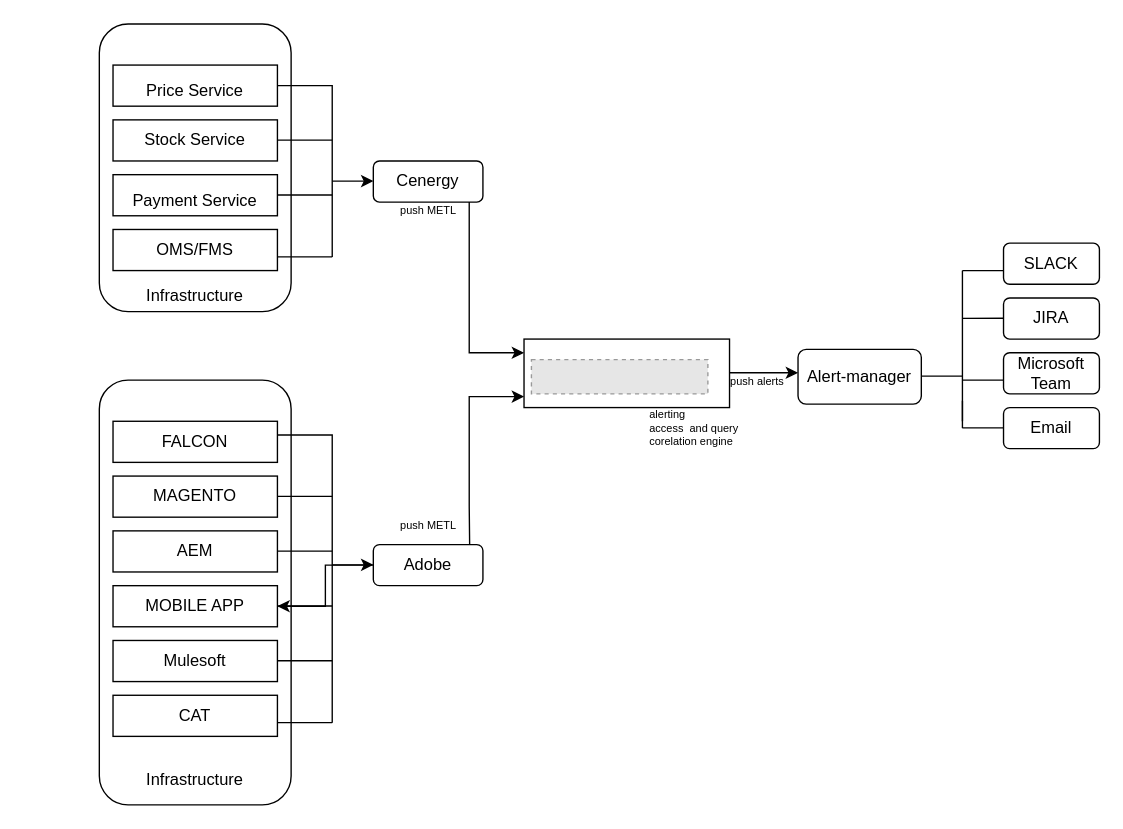
Above: Untitled Diagram.drawio in Panchanitcto/gocd (draw.io), before the change. Source tidied: cells renumbered, new cells numbered last; positions are measured from the earlier drawing's top-left corner, leaving out a move shared by most shapes. Both pictures are drawn from the tidied source at 137%, with x=0, y=0 at pixel (99, 23). Pictures stored in the file or linked from it are replaced by grey dashed boxes.
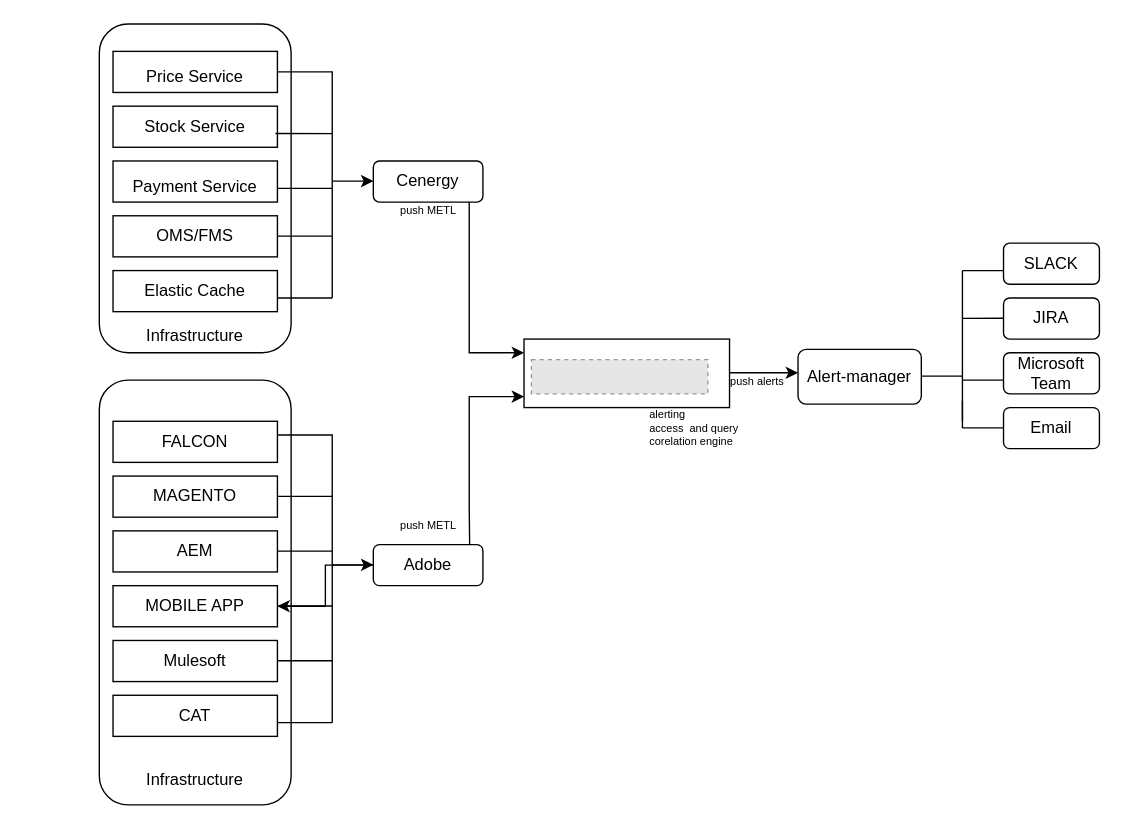
The same page after the edit.

Diff of the diagram source:
```diff
@@
-    <mxCell id="3" value="&lt;div&gt;&lt;br&gt;&lt;/div&gt;&lt;div&gt;&lt;br&gt;&lt;/div&gt;&lt;div&gt;&lt;br&gt;&lt;/div&gt;&lt;div&gt;&lt;br&gt;&lt;/div&gt;&lt;div&gt;&lt;br&gt;&lt;/div&gt;&lt;div&gt;&lt;br&gt;&lt;/div&gt;&lt;div&gt;&lt;br&gt;&lt;/div&gt;&lt;div&gt;&lt;br&gt;&lt;/div&gt;&lt;div&gt;&lt;br&gt;&lt;/div&gt;&lt;div&gt;&lt;br&gt;&lt;/div&gt;&lt;div&gt;&lt;br&gt;&lt;/div&gt;&lt;div&gt;&lt;br&gt;&lt;/div&gt;&lt;div&gt;&lt;br&gt;&lt;/div&gt;Infrastructure" style="rounded=1;whiteSpace=wrap;html=1;" parent="1" vertex="1">
-      <mxGeometry width="140" height="210" as="geometry" />
+    <mxCell id="3" value="&lt;div&gt;&lt;br&gt;&lt;/div&gt;&lt;div&gt;&lt;br&gt;&lt;/div&gt;&lt;div&gt;&lt;br&gt;&lt;/div&gt;&lt;div&gt;&lt;br&gt;&lt;/div&gt;&lt;div&gt;&lt;br&gt;&lt;/div&gt;&lt;div&gt;&lt;br&gt;&lt;/div&gt;&lt;div&gt;&lt;br&gt;&lt;/div&gt;&lt;div&gt;&lt;br&gt;&lt;/div&gt;&lt;div&gt;&lt;br&gt;&lt;/div&gt;&lt;div&gt;&lt;br&gt;&lt;/div&gt;&lt;div&gt;&lt;br&gt;&lt;/div&gt;&lt;div&gt;&lt;br&gt;&lt;/div&gt;&lt;div&gt;&lt;br&gt;&lt;/div&gt;&lt;div&gt;&lt;br&gt;&lt;/div&gt;&lt;div&gt;&lt;br&gt;&lt;/div&gt;Infrastructure" style="rounded=1;whiteSpace=wrap;html=1;" parent="1" vertex="1">
+      <mxGeometry width="140" height="240" as="geometry" />
     </mxCell>
@@
     <mxCell id="6" value="&lt;div style=&quot;&quot;&gt;&lt;div&gt;&lt;table width=&quot;251&quot; style=&quot;border-collapse: collapse; width: 188pt;&quot;&gt;&lt;colgroup&gt;&lt;col width=&quot;251&quot; style=&quot;width: 188pt;&quot;&gt;&lt;/colgroup&gt;&lt;tbody&gt;&lt;tr height=&quot;21&quot; style=&quot;height: 15.75pt;&quot;&gt;&lt;td width=&quot;251&quot; height=&quot;21&quot; style=&quot;padding-top: 1px; padding-right: 1px; padding-left: 1px; font-family: &amp;quot;Aptos Narrow&amp;quot;, sans-serif; vertical-align: bottom; border: none; text-wrap: nowrap; width: 188pt; height: 15.75pt;&quot;&gt;&lt;font style=&quot;font-size: 12px;&quot;&gt;Price Service&lt;/font&gt;&lt;/td&gt;&lt;/tr&gt;&lt;/tbody&gt;&lt;/table&gt;&lt;/div&gt;&lt;/div&gt;" style="rounded=0;whiteSpace=wrap;html=1;align=center;" parent="1" vertex="1">
-      <mxGeometry x="10" y="30" width="120" height="30" as="geometry" />
+      <mxGeometry x="10" y="20" width="120" height="30" as="geometry" />
     </mxCell>
     <mxCell id="7" value="&lt;div style=&quot;&quot;&gt;&lt;div&gt;&lt;span style=&quot;text-align: start; white-space-collapse: preserve; background-color: rgb(255, 255, 255);&quot;&gt;&lt;font style=&quot;font-size: 12px;&quot; face=&quot;Helvetica&quot;&gt;Stock Service&lt;/font&gt;&lt;/span&gt;&lt;br&gt;&lt;/div&gt;&lt;/div&gt;" style="rounded=0;whiteSpace=wrap;html=1;align=center;" parent="1" vertex="1">
-      <mxGeometry x="10" y="70" width="120" height="30" as="geometry" />
+      <mxGeometry x="10" y="60" width="120" height="30" as="geometry" />
     </mxCell>
     <mxCell id="8" value="&lt;div style=&quot;&quot;&gt;&lt;div&gt;&lt;table width=&quot;251&quot; style=&quot;border-collapse: collapse; width: 188pt;&quot;&gt;&lt;colgroup&gt;&lt;col width=&quot;251&quot; style=&quot;width: 188pt;&quot;&gt;&lt;/colgroup&gt;&lt;tbody&gt;&lt;tr height=&quot;21&quot; style=&quot;height: 15.75pt;&quot;&gt;&lt;td width=&quot;251&quot; height=&quot;21&quot; style=&quot;padding-top: 1px; padding-right: 1px; padding-left: 1px; vertical-align: bottom; border: none; text-wrap: nowrap; width: 188pt; height: 15.75pt;&quot;&gt;&lt;span style=&quot;white-space: pre-wrap; background-color: rgb(255, 255, 255);&quot;&gt;&lt;font style=&quot;font-size: 12px;&quot; face=&quot;Helvetica&quot;&gt;Payment Service&lt;/font&gt;&lt;/span&gt;&lt;br&gt;&lt;/td&gt;&lt;/tr&gt;&lt;/tbody&gt;&lt;/table&gt;&lt;/div&gt;&lt;/div&gt;" style="rounded=0;whiteSpace=wrap;html=1;align=center;" parent="1" vertex="1">
-      <mxGeometry x="10" y="110" width="120" height="30" as="geometry" />
+      <mxGeometry x="10" y="100" width="120" height="30" as="geometry" />
     </mxCell>
     <mxCell id="9" value="&lt;div style=&quot;&quot;&gt;&lt;div&gt;OMS/FMS&lt;/div&gt;&lt;/div&gt;" style="rounded=0;whiteSpace=wrap;html=1;align=center;" parent="1" vertex="1">
-      <mxGeometry x="10" y="150" width="120" height="30" as="geometry" />
+      <mxGeometry x="10" y="140" width="120" height="30" as="geometry" />
     </mxCell>
@@
     <mxCell id="18" style="endArrow=none;html=1;rounded=0;" parent="1" edge="1" target="6">
       <mxGeometry relative="1" as="geometry">
         <mxPoint x="170" y="120" as="sourcePoint" />
         <Array as="points">
-          <mxPoint x="170" y="170" />
-          <mxPoint x="170" y="45" />
+          <mxPoint x="170" y="200" />
+          <mxPoint x="170" y="35" />
         </Array>
       </mxGeometry>
     </mxCell>
     <mxCell id="19" style="endArrow=none;html=1;rounded=0;exitX=1;exitY=0.5;exitDx=0;exitDy=0;" parent="1" edge="1">
       <mxGeometry relative="1" as="geometry">
-        <mxPoint x="130" y="170" as="sourcePoint" />
-        <mxPoint x="170" y="170" as="targetPoint" />
+        <mxPoint x="130" y="154.9" as="sourcePoint" />
+        <mxPoint x="170" y="154.9" as="targetPoint" />
       </mxGeometry>
     </mxCell>
-    <mxCell id="20" style="endArrow=none;html=1;rounded=0;exitX=1;exitY=0.5;exitDx=0;exitDy=0;" parent="1" edge="1">
+    <mxCell id="20" style="endArrow=none;html=1;rounded=0;exitX=0.983;exitY=0.456;exitDx=0;exitDy=0;exitPerimeter=0;" parent="1" edge="1">
       <mxGeometry relative="1" as="geometry">
-        <mxPoint x="130" y="124.8" as="sourcePoint" />
-        <mxPoint x="170" y="124.8" as="targetPoint" />
+        <mxPoint x="130" y="120" as="sourcePoint" />
+        <mxPoint x="170" y="120" as="targetPoint" />
       </mxGeometry>
     </mxCell>
-    <mxCell id="21" style="endArrow=none;html=1;rounded=0;exitX=1;exitY=0.5;exitDx=0;exitDy=0;" parent="1" edge="1">
+    <mxCell id="21" style="endArrow=none;html=1;rounded=0;exitX=0.988;exitY=0.666;exitDx=0;exitDy=0;exitPerimeter=0;" parent="1" edge="1" source="7">
       <mxGeometry relative="1" as="geometry">
-        <mxPoint x="130" y="84.8" as="sourcePoint" />
-        <mxPoint x="170" y="84.8" as="targetPoint" />
+        <mxPoint x="170" y="80" as="targetPoint" />
       </mxGeometry>
     </mxCell>
@@
+    <mxCell id="50" value="&lt;div style=&quot;&quot;&gt;&lt;div&gt;Elastic Cache&lt;/div&gt;&lt;/div&gt;" style="rounded=0;whiteSpace=wrap;html=1;align=center;" parent="1" vertex="1">
+      <mxGeometry x="10" y="180" width="120" height="30" as="geometry" />
+    </mxCell>
+    <mxCell id="51" style="endArrow=none;html=1;rounded=0;exitX=1;exitY=0.5;exitDx=0;exitDy=0;" parent="1" edge="1">
+      <mxGeometry relative="1" as="geometry">
+        <mxPoint x="130" y="200" as="sourcePoint" />
+        <mxPoint x="170" y="200" as="targetPoint" />
+      </mxGeometry>
+    </mxCell>
```
